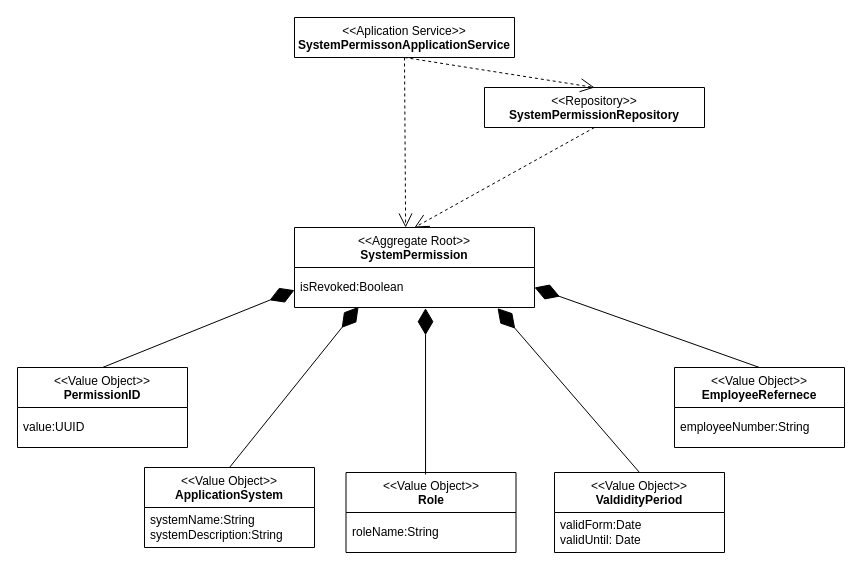
The draw.io diagram uml/authorization-management.drawio in AlexanderCoopmans/FSE-Mitarbeiterverwaltung-Example, before the edit. Source tidied: cells renumbered, new cells numbered last; positions are measured from the earlier drawing's top-left corner, leaving out a move shared by most shapes. Both pictures are drawn from the tidied source at 100%, with x=0, y=0 at pixel (17, 17).
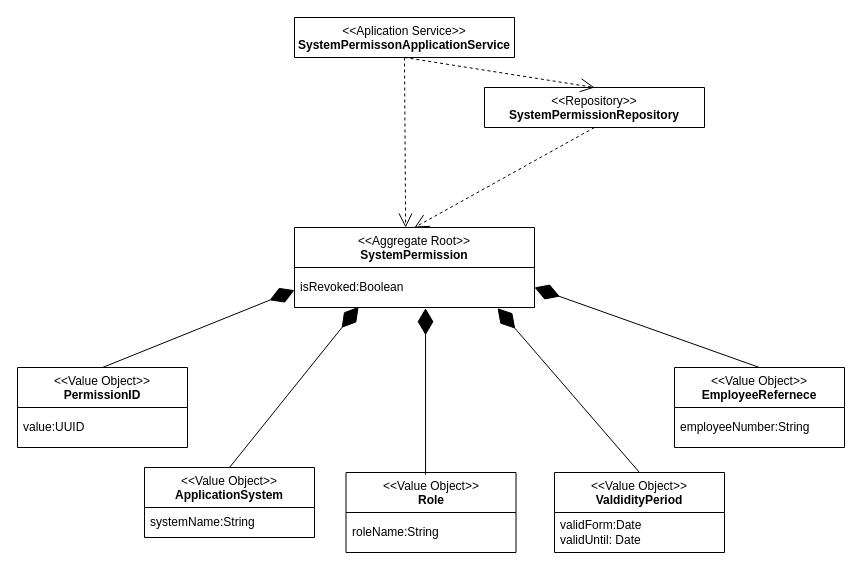
The same page after the edit.

Commit message (it also covers changes not shown here):
fix: Fixed Errors in UML and Domain

Change to the diagram source:
```diff
@@
     <mxCell id="8" value="&lt;div style=&quot;&quot;&gt;&amp;lt;&amp;lt;Value Object&amp;gt;&amp;gt;&lt;/div&gt;&lt;div style=&quot;font-weight: 700;&quot;&gt;ApplicationSystem&lt;/div&gt;" style="swimlane;fontStyle=0;align=center;verticalAlign=top;horizontal=1;startSize=40;html=1;whiteSpace=wrap;" parent="1" vertex="1">
-      <mxGeometry x="127" y="450" width="170" height="80" as="geometry" />
+      <mxGeometry x="127" y="450" width="170" height="70" as="geometry" />
     </mxCell>
-    <mxCell id="9" value="systemName:String&lt;div&gt;systemDescription:String&lt;/div&gt;" style="text;html=1;strokeColor=none;fillColor=none;align=left;verticalAlign=middle;spacingLeft=4;spacingRight=4;overflow=hidden;whiteSpace=wrap;" parent="8" vertex="1">
-      <mxGeometry y="40" width="170" height="40" as="geometry" />
+    <mxCell id="9" value="systemName:String" style="text;html=1;strokeColor=none;fillColor=none;align=left;verticalAlign=middle;spacingLeft=4;spacingRight=4;overflow=hidden;whiteSpace=wrap;" parent="8" vertex="1">
+      <mxGeometry y="40" width="170" height="30" as="geometry" />
     </mxCell>
```
